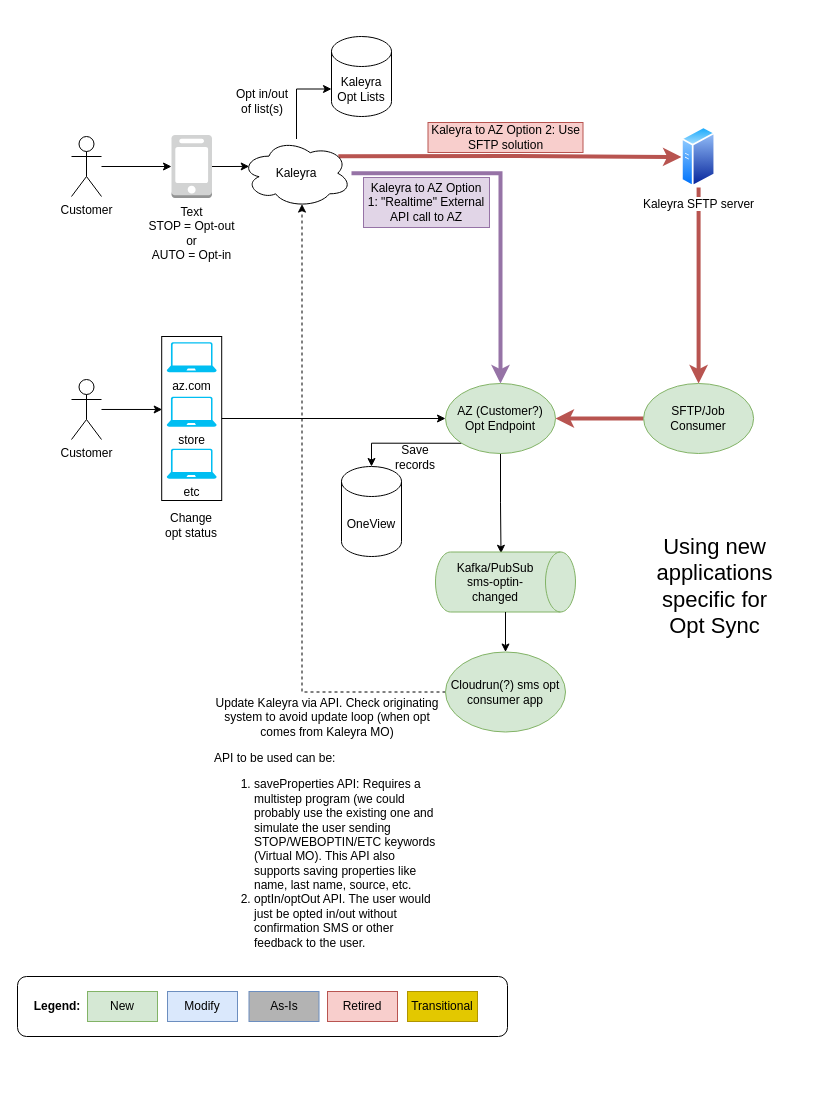
AarellanoH/draw_io keeps this draw.io diagram as drawings/Kaleyra Opt Sync.drawio. Above is the earlier version. Source tidied: cells renumbered, new cells numbered last; positions are measured from the earlier drawing's top-left corner, leaving out a move shared by most shapes. Both pictures are drawn from the tidied source at 100%, with x=0, y=0 at pixel (17, 36).
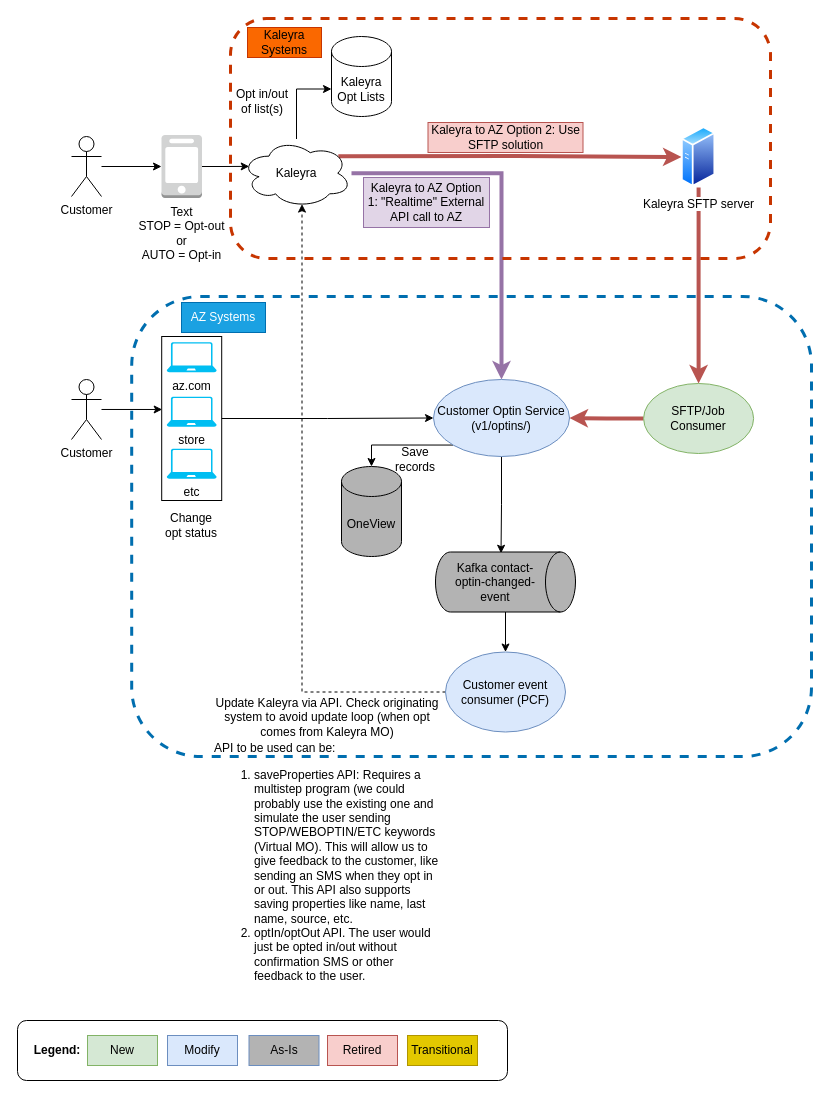
Above is the later version.

The change refers to these unchanged cells:
```xml
<mxCell id="16" style="group;" parent="1" vertex="1">
  <mxGeometry x="418" y="515.5" width="140" height="60" as="geometry" />
</mxCell>
```

What changed in the source:
```diff
@@
+    <mxCell id="50" style="rounded=1;whiteSpace=wrap;html=1;dashed=1;fillColor=none;strokeColor=#006EAF;fillStyle=auto;strokeWidth=3;fontColor=#ffffff;" parent="1" vertex="1">
+      <mxGeometry x="114.2" y="260" width="679.8" height="460" as="geometry" />
+    </mxCell>
-    <mxCell id="2" value="OneView" style="shape=cylinder3;whiteSpace=wrap;html=1;boundedLbl=1;backgroundOutline=1;size=15;" parent="1" vertex="1">
+    <mxCell id="2" value="OneView" style="shape=cylinder3;whiteSpace=wrap;html=1;boundedLbl=1;backgroundOutline=1;size=15;fillColor=#B3B3B3;" parent="1" vertex="1">
       <mxGeometry x="324" y="430" width="60" height="90" as="geometry" />
     </mxCell>
@@
     <mxCell id="10" value="Text&lt;br&gt;STOP = Opt-out&lt;br&gt;or&lt;br&gt;AUTO = Opt-in" style="outlineConnect=0;dashed=0;verticalLabelPosition=bottom;verticalAlign=top;align=center;html=1;shape=mxgraph.aws3.mobile_client;fillColor=#D2D3D3;gradientColor=none;" parent="1" vertex="1">
-      <mxGeometry x="154" y="98.5" width="40.5" height="63" as="geometry" />
+      <mxGeometry x="144" y="98.5" width="40.5" height="63" as="geometry" />
     </mxCell>
@@
-    <mxCell id="15" value="AZ (Customer?)&lt;br&gt;Opt Endpoint" style="ellipse;whiteSpace=wrap;html=1;fillColor=#d5e8d4;strokeColor=#82b366;" parent="1" vertex="1">
-      <mxGeometry x="428" y="347" width="110" height="70" as="geometry" />
+    <mxCell id="15" value="Customer Optin Service&lt;br&gt;(v1/optins/)" style="ellipse;whiteSpace=wrap;html=1;fillColor=#dae8fc;strokeColor=#6c8ebf;" parent="1" vertex="1">
+      <mxGeometry x="416" y="343" width="136" height="77" as="geometry" />
     </mxCell>
@@
-    <mxCell id="17" style="shape=cylinder3;whiteSpace=wrap;html=1;boundedLbl=1;backgroundOutline=1;size=15;rotation=90;fillColor=#d5e8d4;strokeColor=#82b366;" parent="16" vertex="1">
+    <mxCell id="17" style="shape=cylinder3;whiteSpace=wrap;html=1;boundedLbl=1;backgroundOutline=1;size=15;rotation=90;fillColor=#B3B3B3;" parent="16" vertex="1">
       <mxGeometry x="40" y="-40" width="60" height="140" as="geometry" />
     </mxCell>
-    <mxCell id="18" value="Kafka/PubSub&lt;br&gt;sms-optin-changed" style="text;html=1;strokeColor=none;fillColor=none;align=center;verticalAlign=middle;whiteSpace=wrap;rounded=0;" parent="16" vertex="1">
+    <mxCell id="18" value="Kafka&amp;nbsp;contact-optin-changed-event" style="text;html=1;strokeColor=none;fillColor=none;align=center;verticalAlign=middle;whiteSpace=wrap;rounded=0;" parent="16" vertex="1">
       <mxGeometry x="10" y="15" width="100" height="30" as="geometry" />
     </mxCell>
@@
-    <mxCell id="20" value="Cloudrun(?) sms opt consumer app" style="ellipse;whiteSpace=wrap;html=1;fillColor=#d5e8d4;strokeColor=#82b366;" parent="1" vertex="1">
+    <mxCell id="20" value="Customer event consumer (PCF)" style="ellipse;whiteSpace=wrap;html=1;fillColor=#dae8fc;strokeColor=#6c8ebf;" parent="1" vertex="1">
       <mxGeometry x="428" y="615.5" width="120" height="80" as="geometry" />
     </mxCell>
@@
     <mxCell id="38" value="Save records" style="text;html=1;strokeColor=none;fillColor=none;align=center;verticalAlign=middle;whiteSpace=wrap;rounded=0;" parent="1" vertex="1">
-      <mxGeometry x="368" y="406" width="60" height="30" as="geometry" />
+      <mxGeometry x="368" y="408" width="60" height="30" as="geometry" />
     </mxCell>
@@
     <mxCell id="40" style="group;" parent="1" vertex="1">
-      <mxGeometry y="940" width="490" height="60" as="geometry" />
+      <mxGeometry y="984" width="490" height="60" as="geometry" />
     </mxCell>
@@
-    <mxCell id="48" value="API to be used can be:&lt;br&gt;&lt;ol&gt;&lt;li&gt;saveProperties API: Requires a multistep program (we could probably use the existing one and simulate the user sending STOP/WEBOPTIN/ETC keywords (Virtual MO). This API also supports saving properties like name, last name, source, etc.&lt;/li&gt;&lt;li&gt;optIn/optOut API. The user would just be opted in/out without confirmation SMS or other feedback to the user.&lt;/li&gt;&lt;/ol&gt;" style="text;html=1;strokeColor=none;fillColor=none;align=left;verticalAlign=middle;whiteSpace=wrap;rounded=0;" parent="1" vertex="1">
-      <mxGeometry x="194.5" y="710" width="230" height="220" as="geometry" />
+    <mxCell id="48" value="API to be used can be:&lt;br&gt;&lt;ol&gt;&lt;li&gt;saveProperties API: Requires a multistep program (we could probably use the existing one and simulate the user sending STOP/WEBOPTIN/ETC keywords (Virtual MO). This will allow us to give feedback to the customer, like sending an SMS when they opt in or out. This API also supports saving properties like name, last name, source, etc.&lt;/li&gt;&lt;li&gt;optIn/optOut API. The user would just be opted in/out without confirmation SMS or other feedback to the user.&lt;/li&gt;&lt;/ol&gt;" style="text;html=1;strokeColor=none;fillColor=none;align=left;verticalAlign=middle;whiteSpace=wrap;rounded=0;" parent="1" vertex="1">
+      <mxGeometry x="194.5" y="690.5" width="230" height="282.5" as="geometry" />
     </mxCell>
-    <mxCell id="49" value="Using new applications specific for Opt Sync" style="text;html=1;strokeColor=none;fillColor=none;align=center;verticalAlign=middle;whiteSpace=wrap;rounded=0;fontSize=22;" parent="1" vertex="1">
-      <mxGeometry x="626.1" y="492" width="142.9" height="115.5" as="geometry" />
-    </mxCell>
+    <mxCell id="51" value="AZ Systems" style="text;html=1;strokeColor=#006EAF;fillColor=#1ba1e2;align=center;verticalAlign=middle;whiteSpace=wrap;rounded=0;fontColor=#ffffff;gradientColor=none;" parent="1" vertex="1">
+      <mxGeometry x="164" y="266" width="84" height="30" as="geometry" />
+    </mxCell>
+    <mxCell id="52" style="rounded=1;whiteSpace=wrap;html=1;dashed=1;fillColor=none;strokeColor=#C73500;fillStyle=auto;strokeWidth=3;fontColor=#000000;" parent="1" vertex="1">
+      <mxGeometry x="213" y="-18" width="540" height="240" as="geometry" />
+    </mxCell>
+    <mxCell id="53" value="Kaleyra Systems" style="text;html=1;strokeColor=#C73500;fillColor=#fa6800;align=center;verticalAlign=middle;whiteSpace=wrap;rounded=0;fontColor=#000000;" parent="1" vertex="1">
+      <mxGeometry x="230" y="-9" width="74" height="30" as="geometry" />
+    </mxCell>
```
